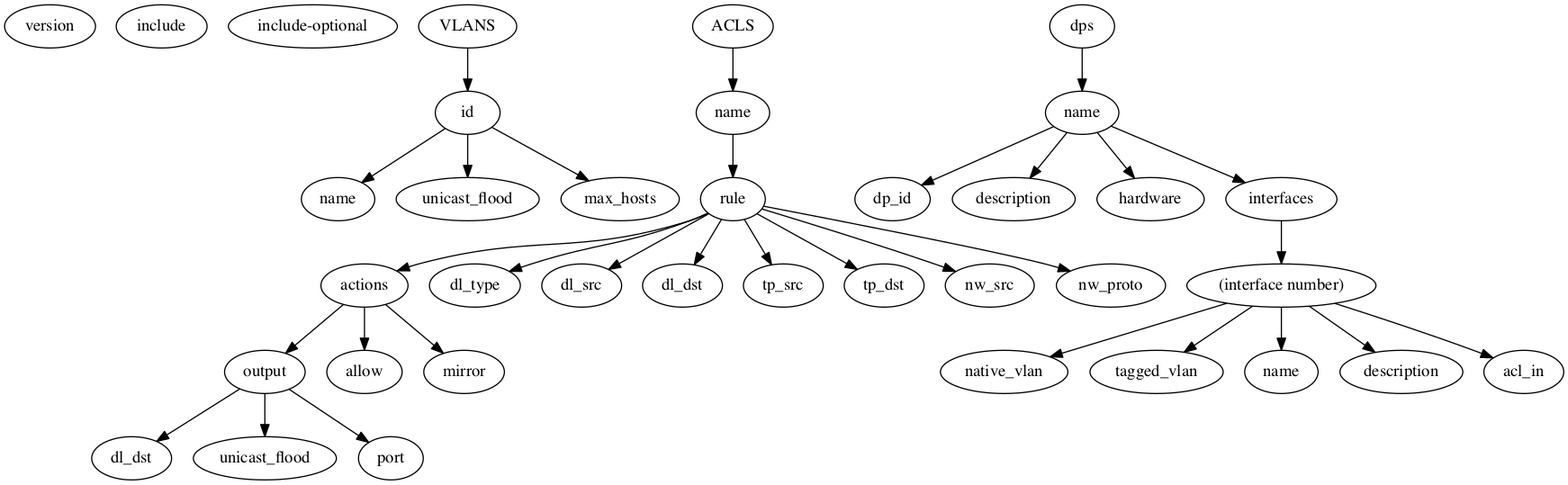
This is src/docs/faucet_yaml.png from faucetsdn/faucet, a Graphviz export, as it was before one commit. Its source is kept beside it as src/docs/faucet_yaml.dot.
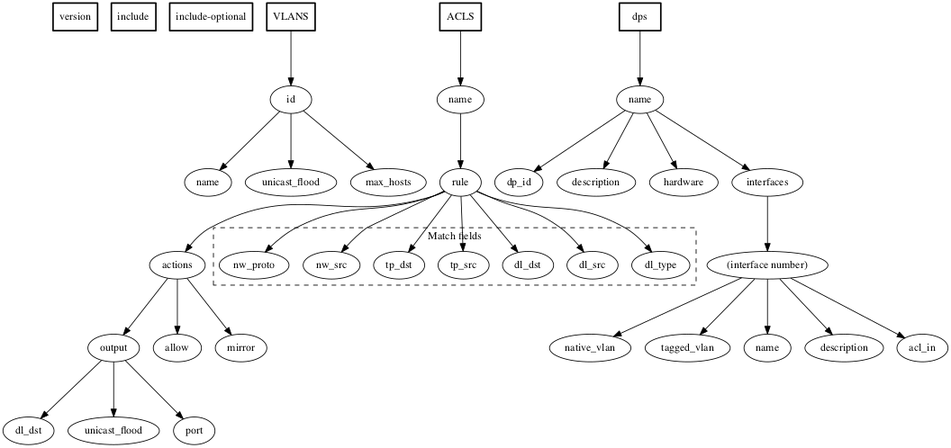
The same diagram one commit later.

What changed in the source:
```diff
@@ -1,20 +1,33 @@
+/** @author: shivaram.mysore@gmail.com **/
+
 digraph faucet {
-  version;
+  ranksep = 1;  size = "11,8.5";
 
-  include;
+  /** version info.  Only value supported is 2 **/
+  version [shape = box; style = bold];
 
-  include_optional [label="include-optional"]
+  /** include yaml files **/
+  include [shape = box; style = bold];
+
+  /** include optional yaml files to augment existing elements **/
+  include_optional [label="include-optional"; shape = box; style = bold];
   include_optional;
 
+  /** VLANs **/
+  VLANS [shape = box; style = bold];
   VLANS -> id;
   id_name [label = "name"]
   id -> id_name;
   id -> unicast_flood;
   id -> max_hosts;
 
+
+  /**  ACLs **/
+  ACLS [shape = box; style = bold];
   acls_name [label = "name"]
   ACLS -> acls_name -> rule -> actions;
 
+  /** Match Actions rules ACLs **/
   rule -> dl_type;
   rule -> dl_src;
   rule -> dl_dst;
@@ -23,6 +36,9 @@
   rule -> nw_src;
   rule -> nw_proto;
 
+  subgraph "cluster_match_fields" { label = "Match fields"; style = dashed; dl_type; dl_src; dl_dst; tp_src; tp_dst; nw_src; nw_proto; }
+
+  /** Match Actions for ACLs **/
   actions -> output;
   actions -> allow;
   actions -> mirror;
@@ -33,6 +49,8 @@
   output -> action_out_uni_flood;
   output -> port;
 
+  /** Datapaths **/
+  dps [shape = box; style = bold];
   dps_name [label = "name"]
   dps -> dps_name;
 
```
